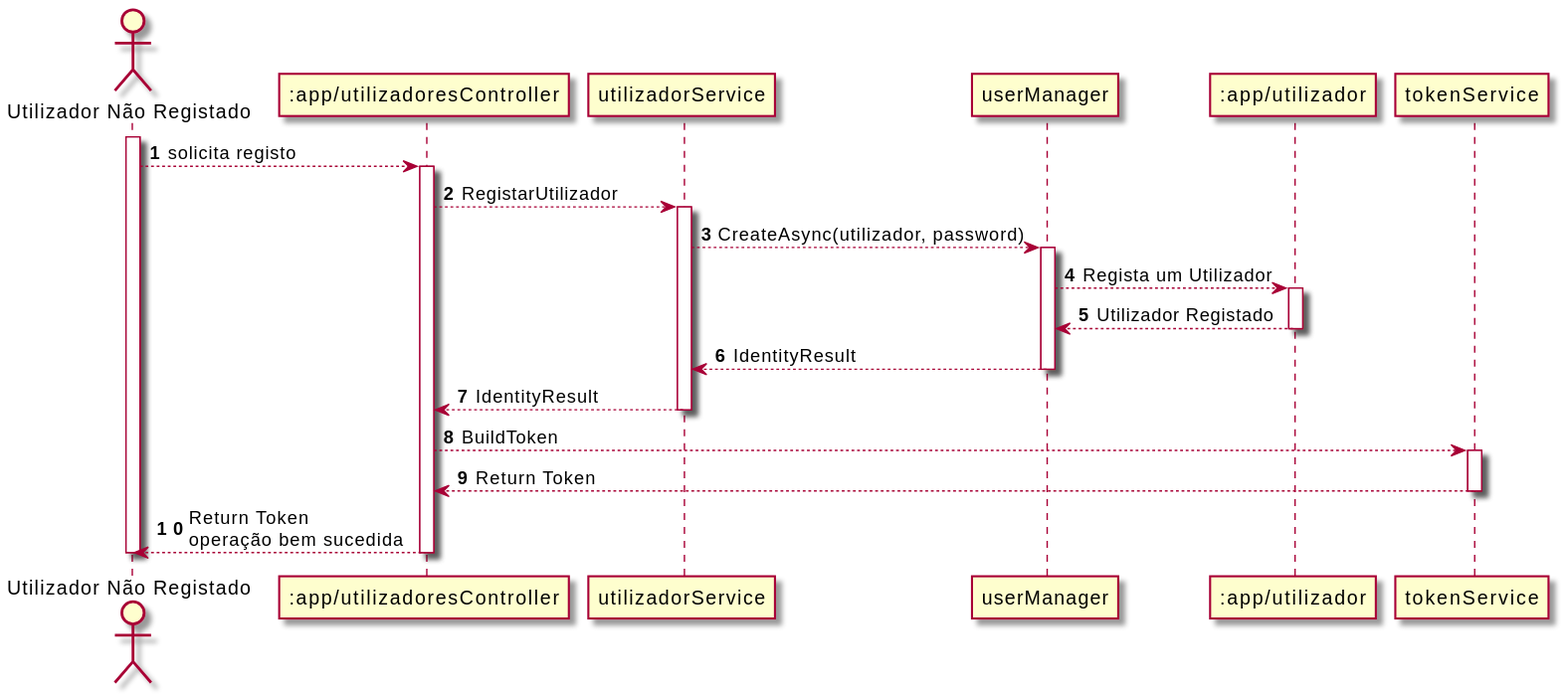
Above: Documentos/Sprint4/UC1/UC1_SD.svg in UPskillDOTNET/Jakim-das-Coives-S.A. (PlantUML), before the change.
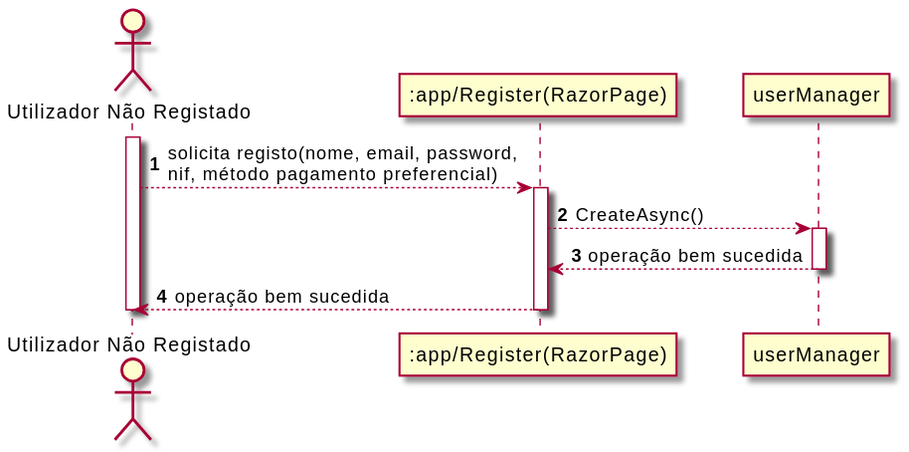
Later version of the same file.

Change to the diagram source:
```diff
@@ -1,43 +1,21 @@
 @startuml
 autonumber
 actor "Utilizador Não Registado" as UNR
-participant ":app/utilizadoresController" as UC
-participant "utilizadorService" as S
+participant ":app/Register(RazorPage)" as R
 participant "userManager" as UM
-participant ":app/utilizador" as U
-participant "tokenService" as TS
-
 
 activate UNR
-UNR --> UC : solicita registo
-activate UC
 
-UC --> S : RegistarUtilizador
-activate S
+UNR --> R : solicita registo(nome, email, password,\nnif, método pagamento preferencial)
+activate R
 
-S --> UM : CreateAsync(utilizador, password)
+R --> UM : CreateAsync()
 activate UM
 
-UM --> U : Regista um Utilizador
-activate U
-
-U --> UM : Utilizador Registado
-deactivate U
-
-UM --> S : IdentityResult
+UM --> R : operação bem sucedida
 deactivate UM
 
-S --> UC : IdentityResult
-deactivate S
-
-UC --> TS : BuildToken
-activate TS
-
-TS --> UC : Return Token
-deactivate TS
-
-UC --> UNR : Return Token\noperação bem sucedida
-
-deactivate UC
+R --> UNR : operação bem sucedida
+deactivate R
 deactivate UNR
 @enduml
```
